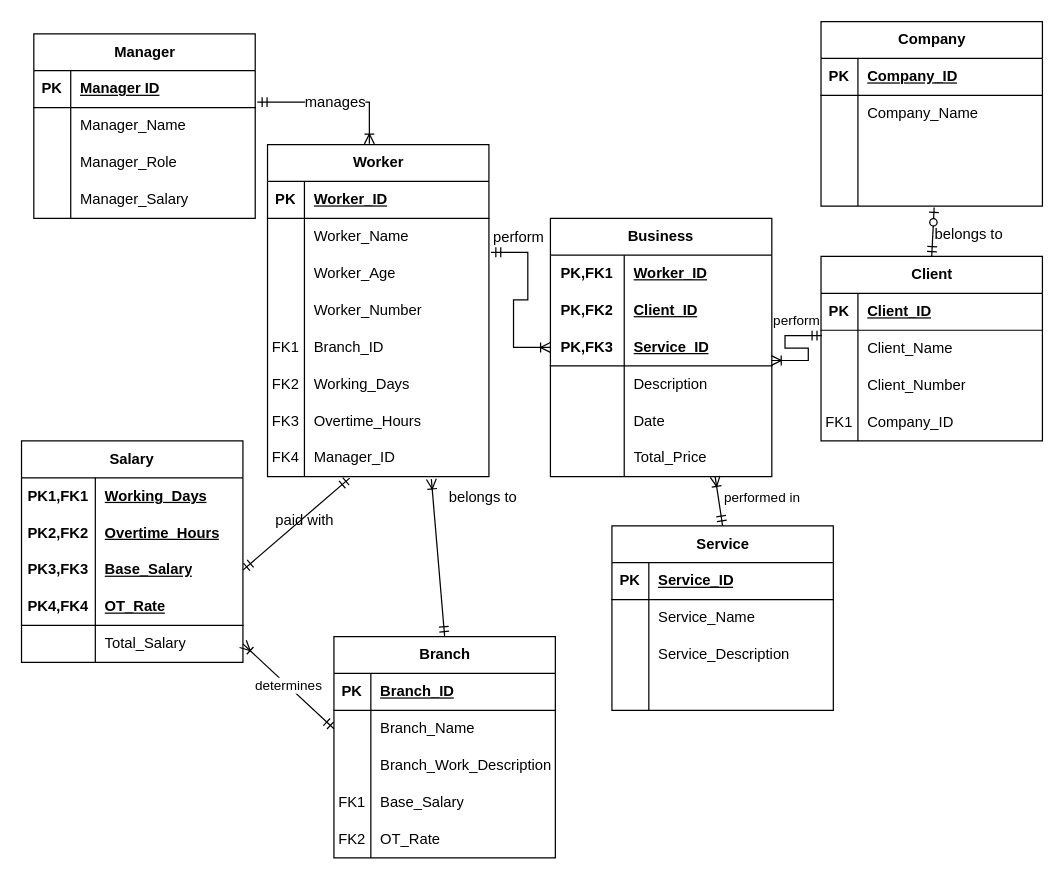
justn0thinghere/drawio keeps this draw.io diagram as wia2001assg.drawio. Above is the earlier version. Source tidied: cells renumbered, new cells numbered last; positions are measured from the earlier drawing's top-left corner, leaving out a move shared by most shapes. Both pictures are drawn from the tidied source at 123%, with x=0, y=0 at pixel (21, 21).
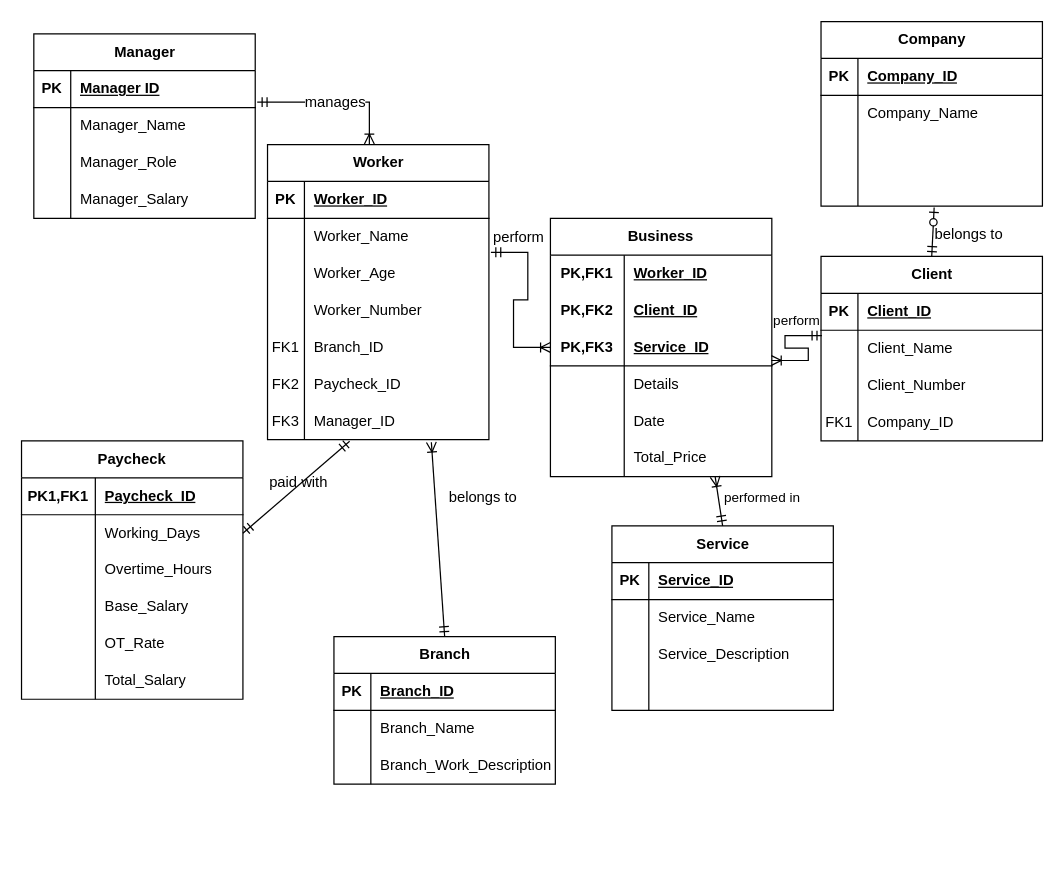
After the change.

Unchanged cells that the change refers to:
```xml
<mxCell id="12" style="shape=tableRow;horizontal=0;startSize=0;swimlaneHead=0;swimlaneBody=0;fillColor=none;top=0;left=0;right=0;bottom=0;html=1;" parent="2" vertex="1">
  <mxGeometry y="120" width="180" height="30" as="geometry" />
</mxCell>
<mxCell id="50" style="shape=tableRow;horizontal=0;startSize=0;swimlaneHead=0;swimlaneBody=0;fillColor=none;top=0;left=0;right=0;bottom=0;" parent="34" vertex="1">
  <mxGeometry y="180" width="180" height="30" as="geometry" />
</mxCell>
<mxCell id="63" style="shape=tableRow;horizontal=0;startSize=0;swimlaneHead=0;swimlaneBody=0;fillColor=none;points=[[0,0.5],[1,0.5]];portConstraint=eastwest;top=0;left=0;right=0;bottom=0;" parent="59" vertex="1">
  <mxGeometry y="60" width="180" height="30" as="geometry" />
</mxCell>
```

Diff of the diagram source:
```diff
@@
-    <mxCell id="14" value="Description" style="shape=partialRectangle;fillColor=none;top=0;left=0;bottom=0;right=0;align=left;spacingLeft=6;overflow=hidden;html=1;whiteSpace=wrap;" parent="12" vertex="1">
+    <mxCell id="14" value="Details" style="shape=partialRectangle;fillColor=none;top=0;left=0;bottom=0;right=0;align=left;spacingLeft=6;overflow=hidden;html=1;whiteSpace=wrap;" parent="12" vertex="1">
       <mxGeometry x="60" width="120" height="30" as="geometry" />
     </mxCell>
@@
     <mxCell id="34" value="Worker" style="shape=table;startSize=30;childLayout=tableLayout;rowLines=0;fontStyle=1;align=center;html=1;" parent="1" vertex="1">
-      <mxGeometry x="200" y="100" width="180" height="270" as="geometry" />
+      <mxGeometry x="200" y="100" width="180" height="240" as="geometry" />
     </mxCell>
@@
-    <mxCell id="52" value="Working_Days" style="shape=partialRectangle;fillColor=none;top=0;left=0;bottom=0;right=0;align=left;spacingLeft=6;overflow=hidden;whiteSpace=wrap;html=1;" parent="50" vertex="1">
+    <mxCell id="52" value="Paycheck_ID" style="shape=partialRectangle;fillColor=none;top=0;left=0;bottom=0;right=0;align=left;spacingLeft=6;overflow=hidden;whiteSpace=wrap;html=1;" parent="50" vertex="1">
       <mxGeometry x="30" width="150" height="30" as="geometry" />
     </mxCell>
-    <mxCell id="53" style="shape=tableRow;horizontal=0;startSize=0;swimlaneHead=0;swimlaneBody=0;fillColor=none;top=0;left=0;right=0;bottom=0;" parent="34" vertex="1">
-      <mxGeometry y="210" width="180" height="30" as="geometry" />
-    </mxCell>
-    <mxCell id="54" value="FK3" style="shape=partialRectangle;fillColor=none;top=0;left=0;bottom=0;right=0;overflow=hidden;whiteSpace=wrap;html=1;" parent="53" vertex="1">
-      <mxGeometry width="30" height="30" as="geometry" />
-    </mxCell>
-    <mxCell id="55" value="Overtime_Hours" style="shape=partialRectangle;fillColor=none;top=0;left=0;bottom=0;right=0;align=left;spacingLeft=6;overflow=hidden;whiteSpace=wrap;html=1;" parent="53" vertex="1">
-      <mxGeometry x="30" width="150" height="30" as="geometry" />
-    </mxCell>
     <mxCell id="56" style="shape=tableRow;horizontal=0;startSize=0;swimlaneHead=0;swimlaneBody=0;fillColor=none;points=[[0,0.5],[1,0.5]];portConstraint=eastwest;top=0;left=0;right=0;bottom=0;" parent="34" vertex="1">
-      <mxGeometry y="240" width="180" height="30" as="geometry" />
+      <mxGeometry y="210" width="180" height="30" as="geometry" />
     </mxCell>
-    <mxCell id="57" value="FK4" style="shape=partialRectangle;fillColor=none;top=0;left=0;bottom=0;right=0;overflow=hidden;whiteSpace=wrap;html=1;" parent="56" vertex="1">
+    <mxCell id="57" value="FK3" style="shape=partialRectangle;fillColor=none;top=0;left=0;bottom=0;right=0;overflow=hidden;whiteSpace=wrap;html=1;" parent="56" vertex="1">
       <mxGeometry width="30" height="30" as="geometry" />
     </mxCell>
@@
     <mxCell id="59" value="Branch" style="shape=table;startSize=30;childLayout=tableLayout;rowLines=0;fontStyle=1;align=center;html=1;" parent="1" vertex="1">
-      <mxGeometry x="254" y="500" width="180" height="180" as="geometry" />
+      <mxGeometry x="254" y="500" width="180" height="120" as="geometry" />
     </mxCell>
@@
-    <mxCell id="69" style="shape=tableRow;horizontal=0;startSize=0;swimlaneHead=0;swimlaneBody=0;fillColor=none;top=0;left=0;right=0;bottom=0;" parent="59" vertex="1">
-      <mxGeometry y="120" width="180" height="30" as="geometry" />
-    </mxCell>
-    <mxCell id="70" value="FK1" style="shape=partialRectangle;fillColor=none;top=0;left=0;bottom=0;right=0;overflow=hidden;whiteSpace=wrap;html=1;" parent="69" vertex="1">
-      <mxGeometry width="30" height="30" as="geometry" />
-    </mxCell>
-    <mxCell id="71" value="Base_Salary" style="shape=partialRectangle;fillColor=none;top=0;left=0;bottom=0;right=0;align=left;spacingLeft=6;overflow=hidden;whiteSpace=wrap;html=1;" parent="69" vertex="1">
-      <mxGeometry x="30" width="150" height="30" as="geometry" />
-    </mxCell>
-    <mxCell id="72" style="shape=tableRow;horizontal=0;startSize=0;swimlaneHead=0;swimlaneBody=0;fillColor=none;top=0;left=0;right=0;bottom=0;" parent="59" vertex="1">
-      <mxGeometry y="150" width="180" height="30" as="geometry" />
-    </mxCell>
-    <mxCell id="73" value="FK2" style="shape=partialRectangle;fillColor=none;top=0;left=0;bottom=0;right=0;overflow=hidden;whiteSpace=wrap;html=1;" parent="72" vertex="1">
-      <mxGeometry width="30" height="30" as="geometry" />
-    </mxCell>
-    <mxCell id="74" value="OT_Rate" style="shape=partialRectangle;fillColor=none;top=0;left=0;bottom=0;right=0;align=left;spacingLeft=6;overflow=hidden;whiteSpace=wrap;html=1;" parent="72" vertex="1">
-      <mxGeometry x="30" width="150" height="30" as="geometry" />
-    </mxCell>
-    <mxCell id="75" value="Salary" style="shape=table;startSize=30;childLayout=tableLayout;rowLines=0;fontStyle=1;align=center;html=1;whiteSpace=wrap;" parent="1" vertex="1">
-      <mxGeometry y="341" width="180" height="180" as="geometry" />
+    <mxCell id="75" value="Paycheck" style="shape=table;startSize=30;childLayout=tableLayout;rowLines=0;fontStyle=1;align=center;html=1;whiteSpace=wrap;" parent="1" vertex="1">
+      <mxGeometry y="341" width="180" height="210" as="geometry" />
     </mxCell>
-    <mxCell id="76" style="shape=tableRow;horizontal=0;startSize=0;swimlaneHead=0;swimlaneBody=0;fillColor=none;top=0;left=0;right=0;bottom=0;html=1;" parent="75" vertex="1">
-      <mxGeometry y="30" width="180" height="30" as="geometry" />
-    </mxCell>
-    <mxCell id="77" value="PK1,FK1" style="shape=partialRectangle;fillColor=none;top=0;left=0;bottom=0;right=0;fontStyle=1;overflow=hidden;html=1;whiteSpace=wrap;" parent="76" vertex="1">
-      <mxGeometry width="60" height="30" as="geometry" />
-    </mxCell>
-    <mxCell id="78" value="Working_Days" style="shape=partialRectangle;fillColor=none;top=0;left=0;bottom=0;right=0;align=left;spacingLeft=6;fontStyle=5;overflow=hidden;html=1;whiteSpace=wrap;" parent="76" vertex="1">
-      <mxGeometry x="60" width="120" height="30" as="geometry" />
-    </mxCell>
-    <mxCell id="79" style="shape=tableRow;horizontal=0;startSize=0;swimlaneHead=0;swimlaneBody=0;fillColor=none;top=0;left=0;right=0;bottom=0;html=1;" parent="75" vertex="1">
-      <mxGeometry y="60" width="180" height="30" as="geometry" />
-    </mxCell>
-    <mxCell id="80" value="PK2,FK2" style="shape=partialRectangle;fillColor=none;top=0;left=0;bottom=0;right=0;fontStyle=1;overflow=hidden;html=1;whiteSpace=wrap;" parent="79" vertex="1">
-      <mxGeometry width="60" height="30" as="geometry" />
-    </mxCell>
-    <mxCell id="81" value="Overtime_Hours" style="shape=partialRectangle;fillColor=none;top=0;left=0;bottom=0;right=0;align=left;spacingLeft=6;fontStyle=5;overflow=hidden;html=1;whiteSpace=wrap;" parent="79" vertex="1">
-      <mxGeometry x="60" width="120" height="30" as="geometry" />
-    </mxCell>
-    <mxCell id="82" style="shape=tableRow;horizontal=0;startSize=0;swimlaneHead=0;swimlaneBody=0;fillColor=none;points=[[0,0.5],[1,0.5]];portConstraint=eastwest;top=0;left=0;right=0;bottom=0;html=1;" parent="75" vertex="1">
-      <mxGeometry y="90" width="180" height="30" as="geometry" />
-    </mxCell>
-    <mxCell id="83" value="PK3,FK3" style="shape=partialRectangle;fillColor=none;top=0;left=0;bottom=0;right=0;fontStyle=1;overflow=hidden;html=1;whiteSpace=wrap;" parent="82" vertex="1">
-      <mxGeometry width="60" height="30" as="geometry" />
-    </mxCell>
-    <mxCell id="84" value="Base_Salary" style="shape=partialRectangle;fillColor=none;top=0;left=0;bottom=0;right=0;align=left;spacingLeft=6;fontStyle=5;overflow=hidden;html=1;whiteSpace=wrap;" parent="82" vertex="1">
-      <mxGeometry x="60" width="120" height="30" as="geometry" />
-    </mxCell>
     <mxCell id="85" style="shape=tableRow;horizontal=0;startSize=0;swimlaneHead=0;swimlaneBody=0;fillColor=none;top=0;left=0;right=0;bottom=1;html=1;" parent="75" vertex="1">
-      <mxGeometry y="120" width="180" height="30" as="geometry" />
+      <mxGeometry y="30" width="180" height="30" as="geometry" />
     </mxCell>
-    <mxCell id="86" value="PK4,FK4" style="shape=partialRectangle;fillColor=none;top=0;left=0;bottom=0;right=0;fontStyle=1;overflow=hidden;html=1;whiteSpace=wrap;" parent="85" vertex="1">
+    <mxCell id="86" value="PK1,FK1" style="shape=partialRectangle;fillColor=none;top=0;left=0;bottom=0;right=0;fontStyle=1;overflow=hidden;html=1;whiteSpace=wrap;" parent="85" vertex="1">
       <mxGeometry width="60" height="30" as="geometry" />
     </mxCell>
-    <mxCell id="87" value="OT_Rate" style="shape=partialRectangle;fillColor=none;top=0;left=0;bottom=0;right=0;align=left;spacingLeft=6;fontStyle=5;overflow=hidden;html=1;whiteSpace=wrap;" parent="85" vertex="1">
+    <mxCell id="87" value="Paycheck_ID" style="shape=partialRectangle;fillColor=none;top=0;left=0;bottom=0;right=0;align=left;spacingLeft=6;fontStyle=5;overflow=hidden;html=1;whiteSpace=wrap;" parent="85" vertex="1">
       <mxGeometry x="60" width="120" height="30" as="geometry" />
     </mxCell>
+    <mxCell id="79" style="shape=tableRow;horizontal=0;startSize=0;swimlaneHead=0;swimlaneBody=0;fillColor=none;top=0;left=0;right=0;bottom=0;html=1;" parent="75" vertex="1">
+      <mxGeometry y="60" width="180" height="30" as="geometry" />
+    </mxCell>
+    <mxCell id="144" style="shape=partialRectangle;fillColor=none;top=0;left=0;bottom=0;right=0;overflow=hidden;html=1;whiteSpace=wrap;" parent="79" vertex="1">
+      <mxGeometry width="60" height="30" as="geometry" />
+    </mxCell>
+    <mxCell id="78" value="Working_Days" style="shape=partialRectangle;fillColor=none;top=0;left=0;bottom=0;right=0;align=left;spacingLeft=6;overflow=hidden;html=1;whiteSpace=wrap;" parent="79" vertex="1">
+      <mxGeometry x="60" width="120" height="30" as="geometry" />
+    </mxCell>
+    <mxCell id="82" style="shape=tableRow;horizontal=0;startSize=0;swimlaneHead=0;swimlaneBody=0;fillColor=none;points=[[0,0.5],[1,0.5]];portConstraint=eastwest;top=0;left=0;right=0;bottom=0;html=1;" parent="75" vertex="1">
+      <mxGeometry y="90" width="180" height="30" as="geometry" />
+    </mxCell>
+    <mxCell id="145" style="shape=partialRectangle;fillColor=none;top=0;left=0;bottom=0;right=0;overflow=hidden;html=1;whiteSpace=wrap;" parent="82" vertex="1">
+      <mxGeometry width="60" height="30" as="geometry" />
+    </mxCell>
+    <mxCell id="146" value="Overtime_Hours" style="shape=partialRectangle;fillColor=none;top=0;left=0;bottom=0;right=0;align=left;spacingLeft=6;overflow=hidden;html=1;whiteSpace=wrap;" parent="82" vertex="1">
+      <mxGeometry x="60" width="120" height="30" as="geometry" />
+    </mxCell>
+    <mxCell id="147" style="shape=tableRow;horizontal=0;startSize=0;swimlaneHead=0;swimlaneBody=0;fillColor=none;top=0;left=0;right=0;bottom=0;html=1;" parent="75" vertex="1">
+      <mxGeometry y="120" width="180" height="30" as="geometry" />
+    </mxCell>
+    <mxCell id="148" style="shape=partialRectangle;fillColor=none;top=0;left=0;bottom=0;right=0;overflow=hidden;html=1;whiteSpace=wrap;" parent="147" vertex="1">
+      <mxGeometry width="60" height="30" as="geometry" />
+    </mxCell>
+    <mxCell id="149" value="Base_Salary" style="shape=partialRectangle;fillColor=none;top=0;left=0;bottom=0;right=0;align=left;spacingLeft=6;overflow=hidden;html=1;whiteSpace=wrap;" parent="147" vertex="1">
+      <mxGeometry x="60" width="120" height="30" as="geometry" />
+    </mxCell>
+    <mxCell id="150" style="shape=tableRow;horizontal=0;startSize=0;swimlaneHead=0;swimlaneBody=0;fillColor=none;top=0;left=0;right=0;bottom=0;html=1;" parent="75" vertex="1">
+      <mxGeometry y="150" width="180" height="30" as="geometry" />
+    </mxCell>
+    <mxCell id="151" style="shape=partialRectangle;fillColor=none;top=0;left=0;bottom=0;right=0;overflow=hidden;html=1;whiteSpace=wrap;" parent="150" vertex="1">
+      <mxGeometry width="60" height="30" as="geometry" />
+    </mxCell>
+    <mxCell id="74" value="OT_Rate" style="shape=partialRectangle;fillColor=none;top=0;left=0;bottom=0;right=0;align=left;spacingLeft=6;overflow=hidden;html=1;whiteSpace=wrap;" parent="150" vertex="1">
+      <mxGeometry x="60" width="120" height="30" as="geometry" />
+    </mxCell>
     <mxCell id="88" style="shape=tableRow;horizontal=0;startSize=0;swimlaneHead=0;swimlaneBody=0;fillColor=none;points=[[0,0.5],[1,0.5]];portConstraint=eastwest;top=0;left=0;right=0;bottom=0;html=1;" parent="75" vertex="1">
-      <mxGeometry y="150" width="180" height="30" as="geometry" />
+      <mxGeometry y="180" width="180" height="30" as="geometry" />
     </mxCell>
@@
-    <mxCell id="134" style="fontSize=12;html=1;endArrow=ERmandOne;startArrow=ERmandOne;rounded=0;entryX=0.371;entryY=1.04;entryDx=0;entryDy=0;entryPerimeter=0;exitX=1;exitY=0.5;exitDx=0;exitDy=0;" parent="1" edge="1" source="82" target="56">
-      <mxGeometry relative="1" as="geometry" />
+    <mxCell id="134" style="fontSize=12;html=1;endArrow=ERmandOne;startArrow=ERmandOne;rounded=0;entryX=0.371;entryY=1.04;entryDx=0;entryDy=0;entryPerimeter=0;exitX=1;exitY=0.5;exitDx=0;exitDy=0;" parent="1" edge="1" target="56">
+      <mxGeometry relative="1" as="geometry">
+        <mxPoint x="180" y="416" as="sourcePoint" />
+      </mxGeometry>
     </mxCell>
@@
     <mxCell id="142" value="paid with" style="text;html=1;align=center;verticalAlign=middle;strokeColor=none;fillColor=none;" parent="1" vertex="1">
-      <mxGeometry x="195" y="391" width="70" height="30" as="geometry" />
+      <mxGeometry x="190" y="360" width="70" height="30" as="geometry" />
     </mxCell>
-    <mxCell id="143" value="determines" style="endArrow=ERoneToMany;html=1;rounded=0;entryX=1;entryY=0.5;entryDx=0;entryDy=0;exitX=0;exitY=0.5;exitDx=0;exitDy=0;startArrow=ERmandOne;startFill=0;endFill=0;" parent="1" edge="1" source="63" target="88">
-      <mxGeometry relative="1" as="geometry" />
-    </mxCell>
```
